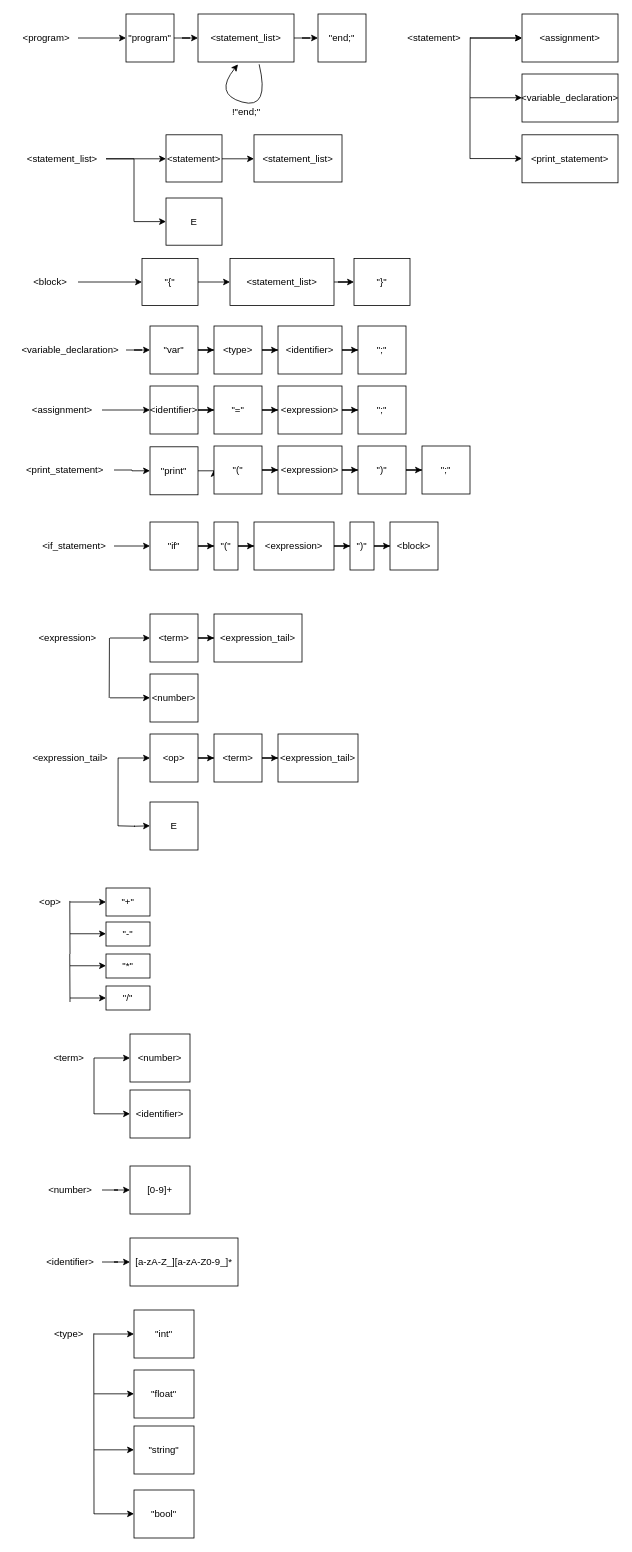
Earlier version of the draw.io diagram utils/Grammar/MachineGraph.drawio (Colgate13/SACompiler). Source tidied: cells renumbered, new cells numbered last; positions are measured from the earlier drawing's top-left corner, leaving out a move shared by most shapes. Both pictures are drawn from the tidied source at 80%, with x=0, y=0 at pixel (14, 14).
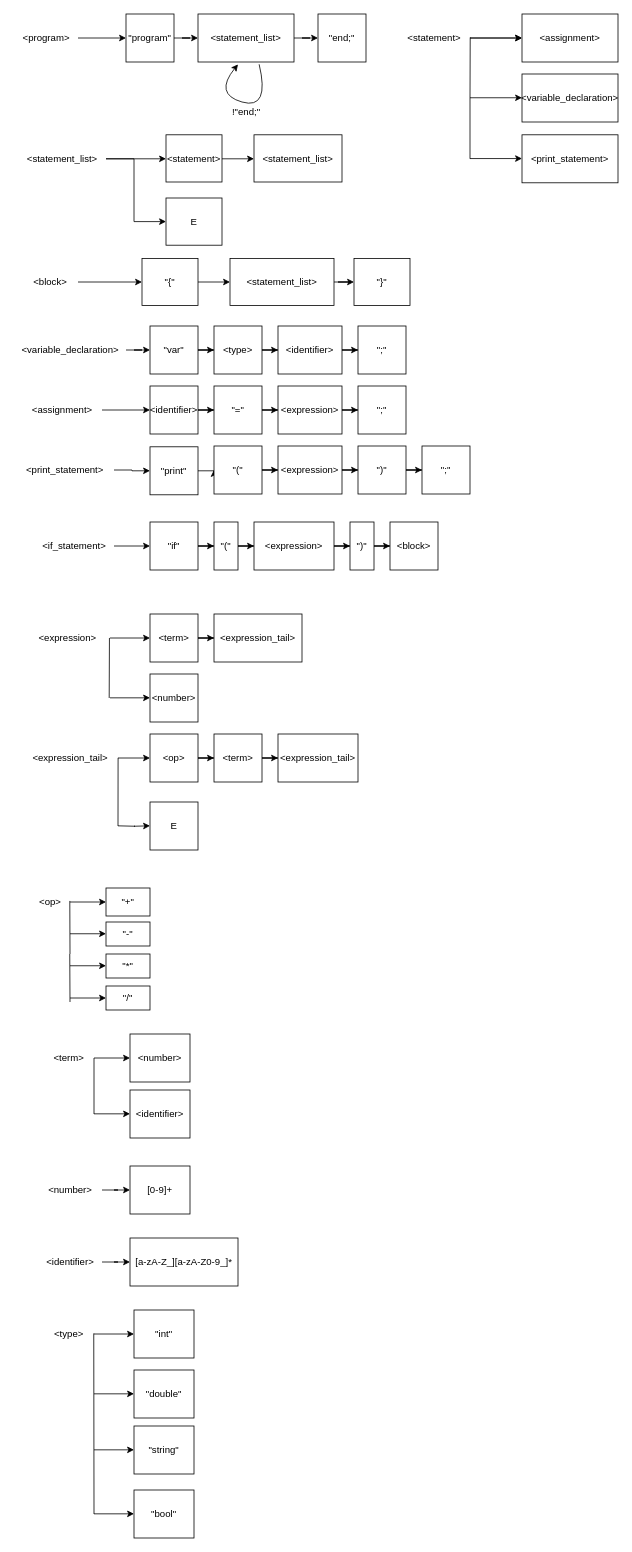
After the change.

The edit, as a diff of the source:
```diff
@@
-    <mxCell id="92" value="&quot;float&quot;" style="whiteSpace=wrap;html=1;" parent="1" vertex="1">
+    <mxCell id="92" value="&quot;double&quot;" style="whiteSpace=wrap;html=1;" parent="1" vertex="1">
       <mxGeometry x="150" y="1695" width="75" height="60" as="geometry" />
     </mxCell>
```
